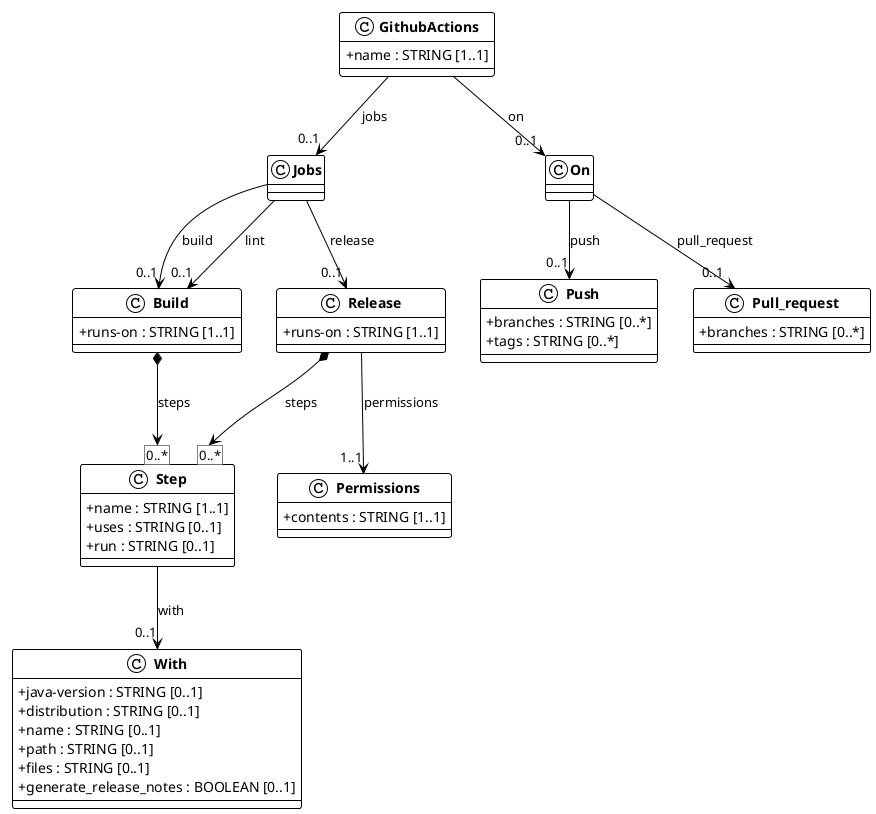
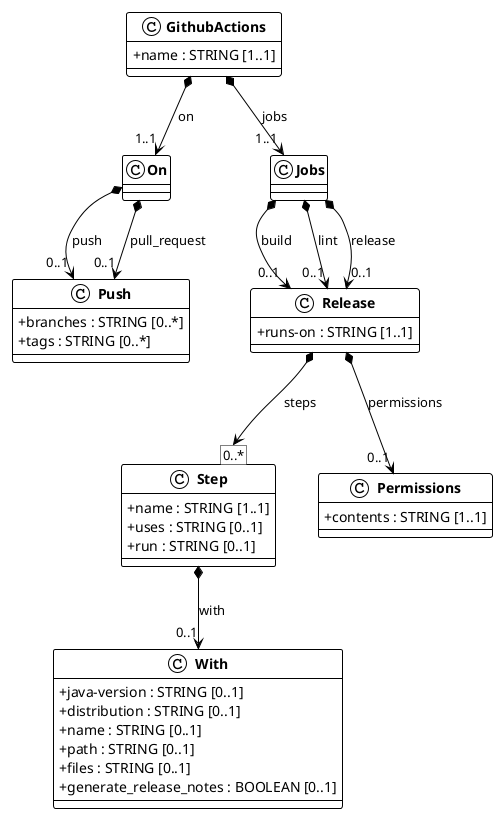
@startuml github_actions
!theme plain
skinparam classAttributeIconSize 0
skinparam classFontStyle bold

class GithubActions{
  + name : STRING [1..1]
}

- class Jobs{
+ class On{
}

- class Build{
-   + runs-on : STRING [1..1]
+ class Push{
+   + branches : STRING [0..*]
+   + tags : STRING [0..*]
+ }
+ 
+ class Jobs{
}

class Step{
  + name : STRING [1..1]
  + uses : STRING [0..1]
  + run : STRING [0..1]
}

class With{
  + java-version : STRING [0..1]
  + distribution : STRING [0..1]
  + name : STRING [0..1]
  + path : STRING [0..1]
  + files : STRING [0..1]
  + generate_release_notes : BOOLEAN [0..1]
}

- class On{
- }
- 
- class Push{
-   + branches : STRING [0..*]
-   + tags : STRING [0..*]
- }
- 
- class Pull_request{
-   + branches : STRING [0..*]
- }
- 
class Release{
  + runs-on : STRING [1..1]
}

class Permissions{
  + contents : STRING [1..1]
}

- GithubActions --> "0..1" Jobs : jobs
- GithubActions --> "0..1" On : on
- Jobs --> "0..1" Build : build
- Jobs --> "0..1" Build : lint
- Jobs --> "0..1" Release : release
- Build *--> [0..*] Step : steps
- Step --> "0..1" With : with
- On --> "0..1" Push : push
- On --> "0..1" Pull_request : pull_request
- Release --> "1..1" Permissions : permissions
+ GithubActions *--> "1..1" On : on
+ GithubActions *--> "1..1" Jobs : jobs
+ On *--> "0..1" Push : push
+ On *--> "0..1" Push : pull_request
+ Jobs *--> "0..1" Release : build
+ Jobs *--> "0..1" Release : lint
+ Jobs *--> "0..1" Release : release
+ Step *--> "0..1" With : with
+ Release *--> "0..1" Permissions : permissions
Release *--> [0..*] Step : steps

@enduml
